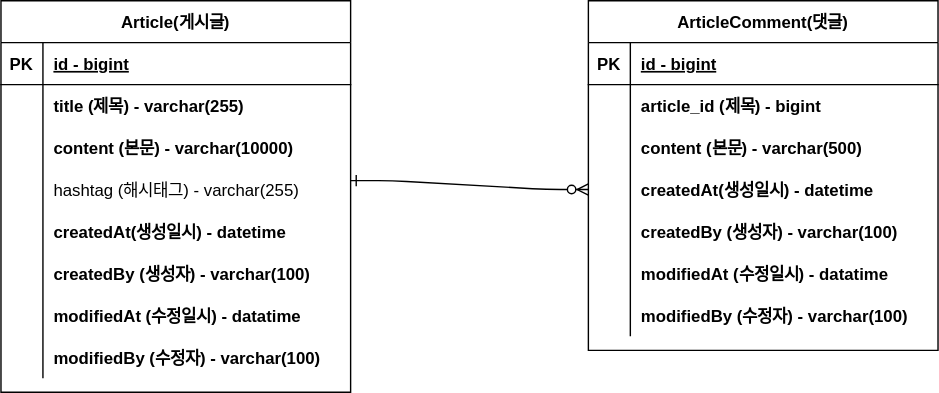
Before: fastcampus-project-board/document/project-board-erd.svg, a diagram exported from draw.io (nataliekmkim/fastcampus-project-board). Source tidied: cells renumbered, new cells last; positions are measured from the earlier drawing's top-left corner, leaving out a move shared by most shapes.
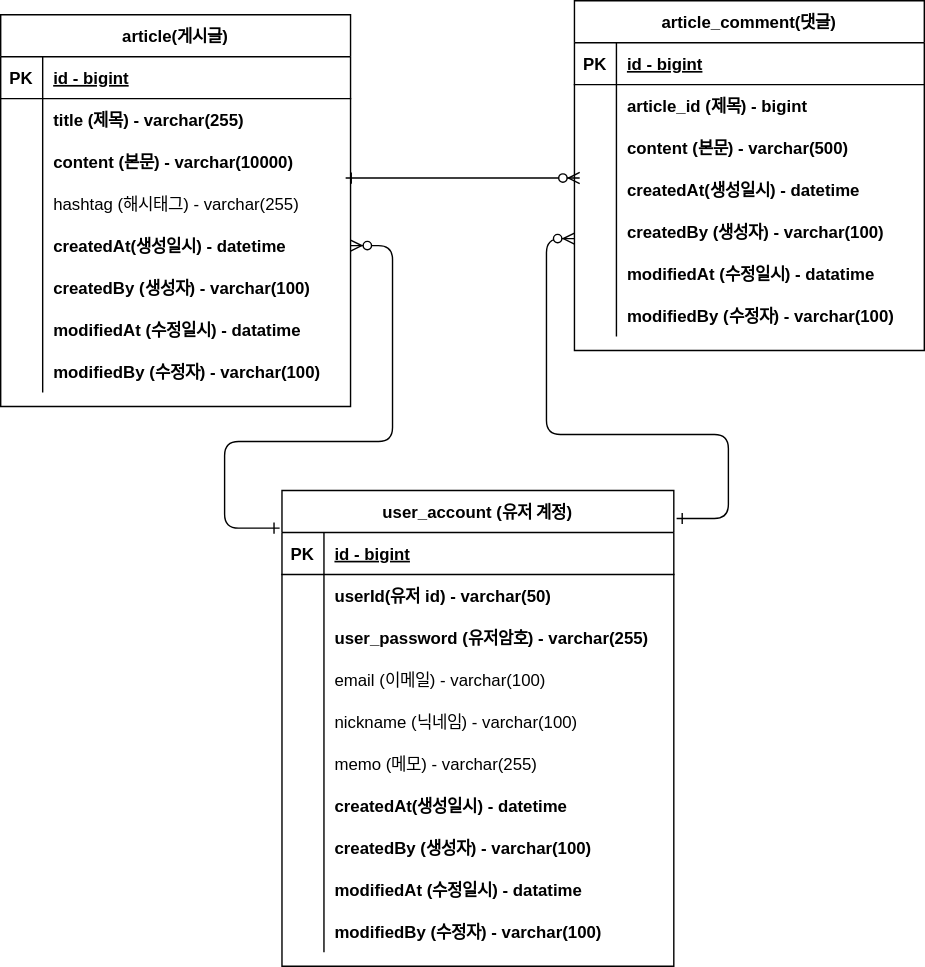
After the commit.

Commit message:
#18 - UserAccount 템플릿 추가 project-board-erd.svg

What changed in the source:
```diff
@@ -2,89 +2,104 @@
   <root>
     <mxCell id="0" />
     <mxCell id="1" parent="0" />
-    <mxCell id="2" style="edgeStyle=entityRelationEdgeStyle;endArrow=ERzeroToMany;startArrow=ERone;endFill=1;startFill=0;exitX=1;exitY=0.5;exitDx=0;exitDy=0;entryX=0;entryY=0.5;entryDx=0;entryDy=0;" parent="1" edge="1">
-      <mxGeometry relative="1" as="geometry">
-        <mxPoint x="250" y="128.7" as="sourcePoint" />
-        <mxPoint x="420" y="135" as="targetPoint" />
-      </mxGeometry>
+    <mxCell id="2" style="edgeStyle=entityRelationEdgeStyle;endArrow=ERzeroToMany;startArrow=ERone;endFill=1;startFill=0;entryX=0.015;entryY=0.224;entryDx=0;entryDy=0;entryPerimeter=0;exitX=0.986;exitY=-0.109;exitDx=0;exitDy=0;exitPerimeter=0;" parent="1" edge="1" source="66" target="38">
+      <mxGeometry relative="1" as="geometry" />
     </mxCell>
-    <mxCell id="3" value="Article(게시글)" style="shape=table;startSize=30;rowLines=0;fontStyle=1;align=center;" parent="1" vertex="1">
-      <mxGeometry width="250" height="280" as="geometry" />
+    <mxCell id="3" value="user_account (유저 계정)" style="shape=table;startSize=30;rowLines=0;fontStyle=1;align=center;" parent="1" vertex="1">
+      <mxGeometry x="211" y="220" width="280" height="340" as="geometry" />
     </mxCell>
     <mxCell id="4" style="shape=partialRectangle;fillColor=none;top=0;left=0;right=0;bottom=1;" parent="3" vertex="1">
-      <mxGeometry y="30" width="250" height="30" as="geometry" />
+      <mxGeometry y="30" width="280" height="30" as="geometry" />
     </mxCell>
     <mxCell id="5" value="PK" style="shape=partialRectangle;overflow=hidden;fillColor=none;top=0;left=0;bottom=0;right=0;fontStyle=1;" parent="4" vertex="1">
       <mxGeometry width="30" height="30" as="geometry" />
     </mxCell>
     <mxCell id="6" value="id - bigint" style="shape=partialRectangle;overflow=hidden;fillColor=none;top=0;left=0;bottom=0;right=0;align=left;spacingLeft=6;fontStyle=5;" parent="4" vertex="1">
-      <mxGeometry x="30" width="220" height="30" as="geometry" />
+      <mxGeometry x="30" width="250" height="30" as="geometry" />
     </mxCell>
     <mxCell id="7" style="shape=partialRectangle;fillColor=none;top=0;left=0;right=0;bottom=0;" parent="3" vertex="1">
-      <mxGeometry y="60" width="250" height="30" as="geometry" />
+      <mxGeometry y="60" width="280" height="30" as="geometry" />
     </mxCell>
     <mxCell id="8" style="shape=partialRectangle;overflow=hidden;fillColor=none;top=0;left=0;bottom=0;right=0;" parent="7" vertex="1">
       <mxGeometry width="30" height="30" as="geometry" />
     </mxCell>
-    <mxCell id="9" value="title (제목) - varchar(255)" style="shape=partialRectangle;overflow=hidden;fillColor=none;top=0;left=0;bottom=0;right=0;align=left;spacingLeft=6;fontStyle=1;" parent="7" vertex="1">
-      <mxGeometry x="30" width="220" height="30" as="geometry" />
+    <mxCell id="9" value="userId(유저 id) - varchar(50)" style="shape=partialRectangle;overflow=hidden;fillColor=none;top=0;left=0;bottom=0;right=0;align=left;spacingLeft=6;fontStyle=1;" parent="7" vertex="1">
+      <mxGeometry x="30" width="250" height="30" as="geometry" />
     </mxCell>
     <mxCell id="10" style="shape=partialRectangle;fillColor=none;top=0;left=0;right=0;bottom=0;" parent="3" vertex="1">
-      <mxGeometry y="90" width="250" height="30" as="geometry" />
+      <mxGeometry y="90" width="280" height="30" as="geometry" />
     </mxCell>
     <mxCell id="11" style="shape=partialRectangle;overflow=hidden;fillColor=none;top=0;left=0;bottom=0;right=0;" parent="10" vertex="1">
       <mxGeometry width="30" height="30" as="geometry" />
     </mxCell>
-    <mxCell id="12" value="content (본문) - varchar(10000)" style="shape=partialRectangle;overflow=hidden;fillColor=none;top=0;left=0;bottom=0;right=0;align=left;spacingLeft=6;fontStyle=1;" parent="10" vertex="1">
-      <mxGeometry x="30" width="220" height="30" as="geometry" />
+    <mxCell id="12" value="user_password (유저암호) - varchar(255)" style="shape=partialRectangle;overflow=hidden;fillColor=none;top=0;left=0;bottom=0;right=0;align=left;spacingLeft=6;fontStyle=1;" parent="10" vertex="1">
+      <mxGeometry x="30" width="250" height="30" as="geometry" />
     </mxCell>
     <mxCell id="13" style="shape=partialRectangle;fillColor=none;top=0;left=0;right=0;bottom=0;" parent="3" vertex="1">
-      <mxGeometry y="120" width="250" height="30" as="geometry" />
+      <mxGeometry y="120" width="280" height="30" as="geometry" />
     </mxCell>
     <mxCell id="14" style="shape=partialRectangle;overflow=hidden;fillColor=none;top=0;left=0;bottom=0;right=0;" parent="13" vertex="1">
       <mxGeometry width="30" height="30" as="geometry" />
     </mxCell>
-    <mxCell id="15" value="hashtag (해시태그) - varchar(255)" style="shape=partialRectangle;overflow=hidden;fillColor=none;top=0;left=0;bottom=0;right=0;align=left;spacingLeft=6;" parent="13" vertex="1">
-      <mxGeometry x="30" width="220" height="30" as="geometry" />
+    <mxCell id="15" value="email (이메일) - varchar(100)" style="shape=partialRectangle;overflow=hidden;fillColor=none;top=0;left=0;bottom=0;right=0;align=left;spacingLeft=6;" parent="13" vertex="1">
+      <mxGeometry x="30" width="250" height="30" as="geometry" />
     </mxCell>
+    <mxCell id="50" style="shape=partialRectangle;fillColor=none;top=0;left=0;right=0;bottom=0;" parent="3" vertex="1">
+      <mxGeometry y="150" width="280" height="30" as="geometry" />
+    </mxCell>
+    <mxCell id="51" style="shape=partialRectangle;overflow=hidden;fillColor=none;top=0;left=0;bottom=0;right=0;" parent="50" vertex="1">
+      <mxGeometry width="30" height="30" as="geometry" />
+    </mxCell>
+    <mxCell id="52" value="nickname (닉네임) - varchar(100)" style="shape=partialRectangle;overflow=hidden;fillColor=none;top=0;left=0;bottom=0;right=0;align=left;spacingLeft=6;" parent="50" vertex="1">
+      <mxGeometry x="30" width="250" height="30" as="geometry" />
+    </mxCell>
+    <mxCell id="53" style="shape=partialRectangle;fillColor=none;top=0;left=0;right=0;bottom=0;" parent="3" vertex="1">
+      <mxGeometry y="180" width="280" height="30" as="geometry" />
+    </mxCell>
+    <mxCell id="54" style="shape=partialRectangle;overflow=hidden;fillColor=none;top=0;left=0;bottom=0;right=0;" parent="53" vertex="1">
+      <mxGeometry width="30" height="30" as="geometry" />
+    </mxCell>
+    <mxCell id="55" value="memo (메모) - varchar(255)" style="shape=partialRectangle;overflow=hidden;fillColor=none;top=0;left=0;bottom=0;right=0;align=left;spacingLeft=6;" parent="53" vertex="1">
+      <mxGeometry x="30" width="250" height="30" as="geometry" />
+    </mxCell>
     <mxCell id="16" style="shape=partialRectangle;fillColor=none;top=0;left=0;right=0;bottom=0;" parent="3" vertex="1">
-      <mxGeometry y="150" width="250" height="30" as="geometry" />
+      <mxGeometry y="210" width="280" height="30" as="geometry" />
     </mxCell>
     <mxCell id="17" style="shape=partialRectangle;overflow=hidden;fillColor=none;top=0;left=0;bottom=0;right=0;" parent="16" vertex="1">
       <mxGeometry width="30" height="30" as="geometry" />
     </mxCell>
     <mxCell id="18" value="createdAt(생성일시) - datetime" style="shape=partialRectangle;overflow=hidden;fillColor=none;top=0;left=0;bottom=0;right=0;align=left;spacingLeft=6;fontStyle=1;" parent="16" vertex="1">
-      <mxGeometry x="30" width="220" height="30" as="geometry" />
+      <mxGeometry x="30" width="250" height="30" as="geometry" />
     </mxCell>
     <mxCell id="19" style="shape=partialRectangle;fillColor=none;top=0;left=0;right=0;bottom=0;" parent="3" vertex="1">
-      <mxGeometry y="180" width="250" height="30" as="geometry" />
+      <mxGeometry y="240" width="280" height="30" as="geometry" />
     </mxCell>
     <mxCell id="20" style="shape=partialRectangle;overflow=hidden;fillColor=none;top=0;left=0;bottom=0;right=0;" parent="19" vertex="1">
       <mxGeometry width="30" height="30" as="geometry" />
     </mxCell>
     <mxCell id="21" value="createdBy (생성자) - varchar(100)" style="shape=partialRectangle;overflow=hidden;fillColor=none;top=0;left=0;bottom=0;right=0;align=left;spacingLeft=6;fontStyle=1;" parent="19" vertex="1">
-      <mxGeometry x="30" width="220" height="30" as="geometry" />
+      <mxGeometry x="30" width="250" height="30" as="geometry" />
     </mxCell>
     <mxCell id="22" style="shape=partialRectangle;fillColor=none;top=0;left=0;right=0;bottom=0;" parent="3" vertex="1">
-      <mxGeometry y="210" width="250" height="30" as="geometry" />
+      <mxGeometry y="270" width="280" height="30" as="geometry" />
     </mxCell>
     <mxCell id="23" style="shape=partialRectangle;overflow=hidden;fillColor=none;top=0;left=0;bottom=0;right=0;" parent="22" vertex="1">
       <mxGeometry width="30" height="30" as="geometry" />
     </mxCell>
     <mxCell id="24" value="modifiedAt (수정일시) - datatime" style="shape=partialRectangle;overflow=hidden;fillColor=none;top=0;left=0;bottom=0;right=0;align=left;spacingLeft=6;fontStyle=1;" parent="22" vertex="1">
-      <mxGeometry x="30" width="220" height="30" as="geometry" />
+      <mxGeometry x="30" width="250" height="30" as="geometry" />
     </mxCell>
     <mxCell id="25" style="shape=partialRectangle;fillColor=none;top=0;left=0;right=0;bottom=0;" parent="3" vertex="1">
-      <mxGeometry y="240" width="250" height="30" as="geometry" />
+      <mxGeometry y="300" width="280" height="30" as="geometry" />
     </mxCell>
     <mxCell id="26" style="shape=partialRectangle;overflow=hidden;fillColor=none;top=0;left=0;bottom=0;right=0;" parent="25" vertex="1">
       <mxGeometry width="30" height="30" as="geometry" />
     </mxCell>
     <mxCell id="27" value="modifiedBy (수정자) - varchar(100)" style="shape=partialRectangle;overflow=hidden;fillColor=none;top=0;left=0;bottom=0;right=0;align=left;spacingLeft=6;fontStyle=1;" parent="25" vertex="1">
-      <mxGeometry x="30" width="220" height="30" as="geometry" />
+      <mxGeometry x="30" width="250" height="30" as="geometry" />
     </mxCell>
-    <mxCell id="28" value="ArticleComment(댓글)" style="shape=table;startSize=30;rowLines=0;fontStyle=1;align=center;" parent="1" vertex="1">
-      <mxGeometry x="420" width="250" height="250" as="geometry" />
+    <mxCell id="28" value="article_comment(댓글)" style="shape=table;startSize=30;rowLines=0;fontStyle=1;align=center;" parent="1" vertex="1">
+      <mxGeometry x="420" y="-130" width="250" height="250" as="geometry" />
     </mxCell>
     <mxCell id="29" style="shape=partialRectangle;fillColor=none;top=0;left=0;right=0;bottom=1;" parent="28" vertex="1">
       <mxGeometry y="30" width="250" height="30" as="geometry" />
@@ -149,5 +164,102 @@
     <mxCell id="49" value="modifiedBy (수정자) - varchar(100)" style="shape=partialRectangle;overflow=hidden;fillColor=none;top=0;left=0;bottom=0;right=0;align=left;spacingLeft=6;fontStyle=1;" parent="47" vertex="1">
       <mxGeometry x="30" width="220" height="30" as="geometry" />
     </mxCell>
+    <mxCell id="56" value="article(게시글)" style="shape=table;startSize=30;rowLines=0;fontStyle=1;align=center;" parent="1" vertex="1">
+      <mxGeometry x="10" y="-120" width="250" height="280" as="geometry" />
+    </mxCell>
+    <mxCell id="57" style="shape=partialRectangle;fillColor=none;top=0;left=0;right=0;bottom=1;" parent="56" vertex="1">
+      <mxGeometry y="30" width="250" height="30" as="geometry" />
+    </mxCell>
+    <mxCell id="58" value="PK" style="shape=partialRectangle;overflow=hidden;fillColor=none;top=0;left=0;bottom=0;right=0;fontStyle=1;" parent="57" vertex="1">
+      <mxGeometry width="30" height="30" as="geometry" />
+    </mxCell>
+    <mxCell id="59" value="id - bigint" style="shape=partialRectangle;overflow=hidden;fillColor=none;top=0;left=0;bottom=0;right=0;align=left;spacingLeft=6;fontStyle=5;" parent="57" vertex="1">
+      <mxGeometry x="30" width="220" height="30" as="geometry" />
+    </mxCell>
+    <mxCell id="60" style="shape=partialRectangle;fillColor=none;top=0;left=0;right=0;bottom=0;" parent="56" vertex="1">
+      <mxGeometry y="60" width="250" height="30" as="geometry" />
+    </mxCell>
+    <mxCell id="61" style="shape=partialRectangle;overflow=hidden;fillColor=none;top=0;left=0;bottom=0;right=0;" parent="60" vertex="1">
+      <mxGeometry width="30" height="30" as="geometry" />
+    </mxCell>
+    <mxCell id="62" value="title (제목) - varchar(255)" style="shape=partialRectangle;overflow=hidden;fillColor=none;top=0;left=0;bottom=0;right=0;align=left;spacingLeft=6;fontStyle=1;" parent="60" vertex="1">
+      <mxGeometry x="30" width="220" height="30" as="geometry" />
+    </mxCell>
+    <mxCell id="63" style="shape=partialRectangle;fillColor=none;top=0;left=0;right=0;bottom=0;" parent="56" vertex="1">
+      <mxGeometry y="90" width="250" height="30" as="geometry" />
+    </mxCell>
+    <mxCell id="64" style="shape=partialRectangle;overflow=hidden;fillColor=none;top=0;left=0;bottom=0;right=0;" parent="63" vertex="1">
+      <mxGeometry width="30" height="30" as="geometry" />
+    </mxCell>
+    <mxCell id="65" value="content (본문) - varchar(10000)" style="shape=partialRectangle;overflow=hidden;fillColor=none;top=0;left=0;bottom=0;right=0;align=left;spacingLeft=6;fontStyle=1;" parent="63" vertex="1">
+      <mxGeometry x="30" width="220" height="30" as="geometry" />
+    </mxCell>
+    <mxCell id="66" style="shape=partialRectangle;fillColor=none;points=[[0,0.5],[1,0.5]];portConstraint=eastwest;top=0;left=0;right=0;bottom=0;" parent="56" vertex="1">
+      <mxGeometry y="120" width="250" height="30" as="geometry" />
+    </mxCell>
+    <mxCell id="67" style="shape=partialRectangle;overflow=hidden;fillColor=none;top=0;left=0;bottom=0;right=0;" parent="66" vertex="1">
+      <mxGeometry width="30" height="30" as="geometry" />
+    </mxCell>
+    <mxCell id="68" value="hashtag (해시태그) - varchar(255)" style="shape=partialRectangle;overflow=hidden;fillColor=none;top=0;left=0;bottom=0;right=0;align=left;spacingLeft=6;" parent="66" vertex="1">
+      <mxGeometry x="30" width="220" height="30" as="geometry" />
+    </mxCell>
+    <mxCell id="69" style="shape=partialRectangle;fillColor=none;points=[[0,0.5],[1,0.5]];portConstraint=eastwest;top=0;left=0;right=0;bottom=0;" parent="56" vertex="1">
+      <mxGeometry y="150" width="250" height="30" as="geometry" />
+    </mxCell>
+    <mxCell id="70" style="shape=partialRectangle;overflow=hidden;fillColor=none;top=0;left=0;bottom=0;right=0;" parent="69" vertex="1">
+      <mxGeometry width="30" height="30" as="geometry" />
+    </mxCell>
+    <mxCell id="71" value="createdAt(생성일시) - datetime" style="shape=partialRectangle;overflow=hidden;fillColor=none;top=0;left=0;bottom=0;right=0;align=left;spacingLeft=6;fontStyle=1;" parent="69" vertex="1">
+      <mxGeometry x="30" width="220" height="30" as="geometry" />
+    </mxCell>
+    <mxCell id="72" style="shape=partialRectangle;fillColor=none;top=0;left=0;right=0;bottom=0;" parent="56" vertex="1">
+      <mxGeometry y="180" width="250" height="30" as="geometry" />
+    </mxCell>
+    <mxCell id="73" style="shape=partialRectangle;overflow=hidden;fillColor=none;top=0;left=0;bottom=0;right=0;" parent="72" vertex="1">
+      <mxGeometry width="30" height="30" as="geometry" />
+    </mxCell>
+    <mxCell id="74" value="createdBy (생성자) - varchar(100)" style="shape=partialRectangle;overflow=hidden;fillColor=none;top=0;left=0;bottom=0;right=0;align=left;spacingLeft=6;fontStyle=1;" parent="72" vertex="1">
+      <mxGeometry x="30" width="220" height="30" as="geometry" />
+    </mxCell>
+    <mxCell id="75" style="shape=partialRectangle;fillColor=none;top=0;left=0;right=0;bottom=0;" parent="56" vertex="1">
+      <mxGeometry y="210" width="250" height="30" as="geometry" />
+    </mxCell>
+    <mxCell id="76" style="shape=partialRectangle;overflow=hidden;fillColor=none;top=0;left=0;bottom=0;right=0;" parent="75" vertex="1">
+      <mxGeometry width="30" height="30" as="geometry" />
+    </mxCell>
+    <mxCell id="77" value="modifiedAt (수정일시) - datatime" style="shape=partialRectangle;overflow=hidden;fillColor=none;top=0;left=0;bottom=0;right=0;align=left;spacingLeft=6;fontStyle=1;" parent="75" vertex="1">
+      <mxGeometry x="30" width="220" height="30" as="geometry" />
+    </mxCell>
+    <mxCell id="78" style="shape=partialRectangle;fillColor=none;top=0;left=0;right=0;bottom=0;" parent="56" vertex="1">
+      <mxGeometry y="240" width="250" height="30" as="geometry" />
+    </mxCell>
+    <mxCell id="79" style="shape=partialRectangle;overflow=hidden;fillColor=none;top=0;left=0;bottom=0;right=0;" parent="78" vertex="1">
+      <mxGeometry width="30" height="30" as="geometry" />
+    </mxCell>
+    <mxCell id="80" value="modifiedBy (수정자) - varchar(100)" style="shape=partialRectangle;overflow=hidden;fillColor=none;top=0;left=0;bottom=0;right=0;align=left;spacingLeft=6;fontStyle=1;" parent="78" vertex="1">
+      <mxGeometry x="30" width="220" height="30" as="geometry" />
+    </mxCell>
+    <mxCell id="81" style="edgeStyle=orthogonalEdgeStyle;endArrow=ERzeroToMany;startArrow=ERone;endFill=1;startFill=0;entryX=1;entryY=0.5;entryDx=0;entryDy=0;elbow=vertical;exitX=-0.006;exitY=0.079;exitDx=0;exitDy=0;exitPerimeter=0;" parent="1" edge="1" source="3" target="69">
+      <mxGeometry relative="1" as="geometry">
+        <Array as="points">
+          <mxPoint x="170" y="247" />
+          <mxPoint x="170" y="185" />
+          <mxPoint x="290" y="185" />
+          <mxPoint x="290" y="45" />
+        </Array>
+      </mxGeometry>
+    </mxCell>
+    <mxCell id="82" style="edgeStyle=orthogonalEdgeStyle;endArrow=ERzeroToMany;startArrow=ERone;endFill=1;startFill=0;entryX=1;entryY=0.5;entryDx=0;entryDy=0;elbow=vertical;" parent="1" edge="1">
+      <mxGeometry relative="1" as="geometry">
+        <mxPoint x="493" y="240" as="sourcePoint" />
+        <mxPoint x="420" y="40" as="targetPoint" />
+        <Array as="points">
+          <mxPoint x="530" y="240" />
+          <mxPoint x="530" y="180" />
+          <mxPoint x="400" y="180" />
+          <mxPoint x="400" y="40" />
+        </Array>
+      </mxGeometry>
+    </mxCell>
   </root>
 </mxGraphModel>
```
